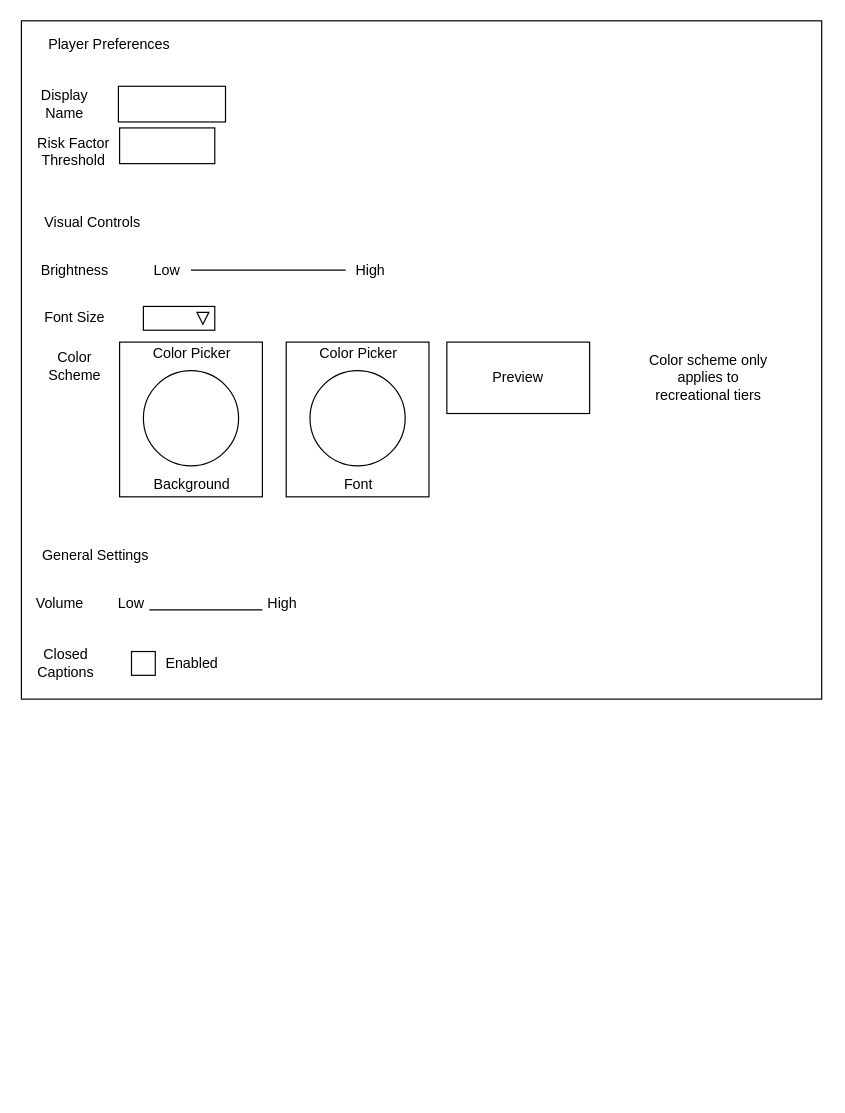
The draw.io diagram Wireframes/project_ilmatar_phase2_wireframe_playerPreferences.drawio in RPG-Research/bcirpg, before the edit. Source tidied: cells renumbered, new cells numbered last; positions are measured from the earlier drawing's top-left corner, leaving out a move shared by most shapes. Both pictures are drawn from the tidied source at 119%, with x=0, y=0 at pixel (21, 20).
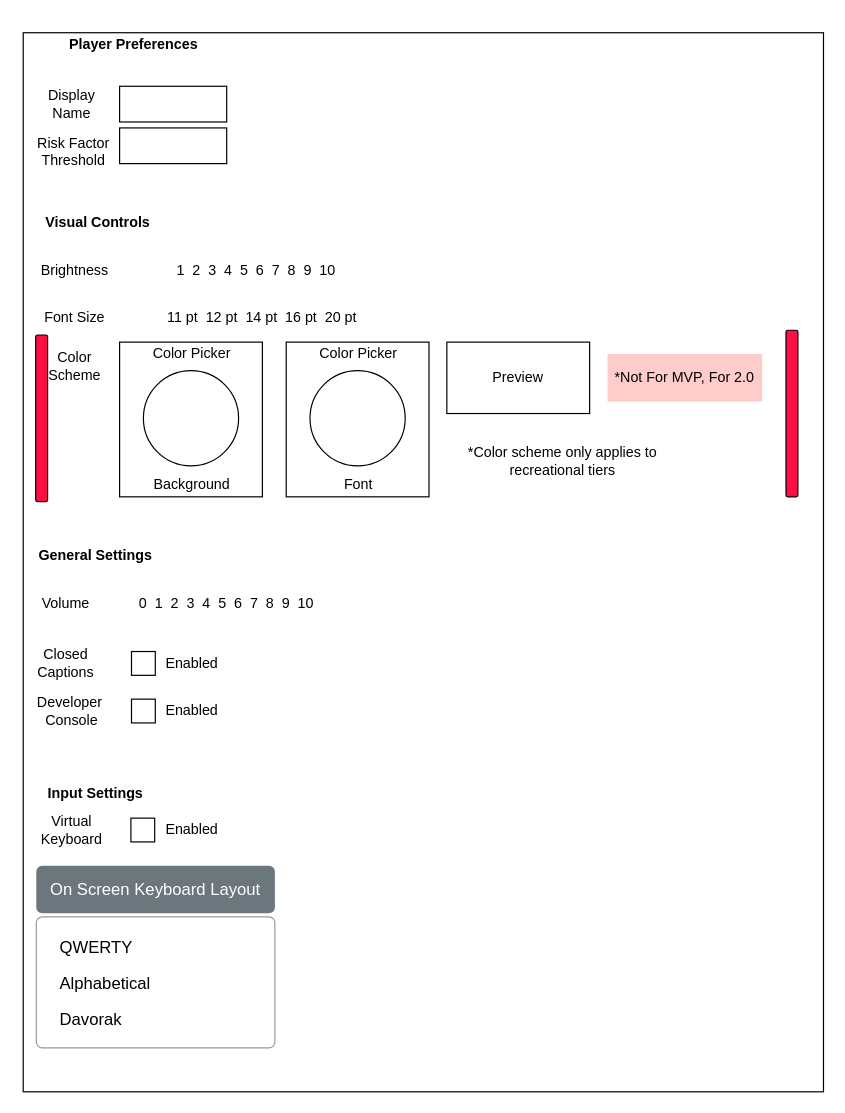
After the change.

Commit message (it also covers changes not shown here):
Forgot to push oops

Change to the diagram source:
```diff
@@
     <mxCell id="2" style="rounded=0;whiteSpace=wrap;html=1;" parent="1" vertex="1">
-      <mxGeometry x="-0.5" width="672.5" height="570" as="geometry" />
+      <mxGeometry x="1" y="10" width="672.5" height="890" as="geometry" />
     </mxCell>
     <mxCell id="3" value="Display Name" style="text;html=1;strokeColor=none;fillColor=none;align=center;verticalAlign=middle;whiteSpace=wrap;rounded=0;" parent="1" vertex="1">
-      <mxGeometry x="1" y="60" width="70" height="20" as="geometry" />
+      <mxGeometry x="7" y="60" width="70" height="20" as="geometry" />
     </mxCell>
     <mxCell id="4" style="rounded=0;whiteSpace=wrap;html=1;" parent="1" vertex="1">
-      <mxGeometry x="81" y="55" width="90" height="30" as="geometry" />
+      <mxGeometry x="82" y="55" width="90" height="30" as="geometry" />
     </mxCell>
@@
     <mxCell id="6" style="rounded=0;whiteSpace=wrap;html=1;" parent="1" vertex="1">
-      <mxGeometry x="82" y="90" width="80" height="30" as="geometry" />
+      <mxGeometry x="82" y="90" width="90" height="30" as="geometry" />
     </mxCell>
-    <mxCell id="7" value="Visual Controls" style="text;html=1;strokeColor=none;fillColor=none;align=center;verticalAlign=middle;whiteSpace=wrap;rounded=0;" parent="1" vertex="1">
-      <mxGeometry x="17" y="160" width="85" height="20" as="geometry" />
+    <mxCell id="7" value="&lt;b&gt;Visual Controls&lt;/b&gt;" style="text;html=1;strokeColor=none;fillColor=none;align=center;verticalAlign=middle;whiteSpace=wrap;rounded=0;" parent="1" vertex="1">
+      <mxGeometry x="6" y="160" width="116" height="20" as="geometry" />
     </mxCell>
@@
-    <mxCell id="11" style="endArrow=none;html=1;" parent="1" edge="1">
-      <mxGeometry relative="1" as="geometry">
-        <mxPoint x="142" y="209.5" as="sourcePoint" />
-        <mxPoint x="272" y="209.5" as="targetPoint" />
-      </mxGeometry>
-    </mxCell>
-    <mxCell id="12" value="High" style="text;html=1;strokeColor=none;fillColor=none;align=center;verticalAlign=middle;whiteSpace=wrap;rounded=0;" parent="1" vertex="1">
-      <mxGeometry x="273" y="200" width="40" height="20" as="geometry" />
-    </mxCell>
-    <mxCell id="13" value="Low" style="text;html=1;strokeColor=none;fillColor=none;align=center;verticalAlign=middle;whiteSpace=wrap;rounded=0;" parent="1" vertex="1">
-      <mxGeometry x="102" y="200" width="40" height="20" as="geometry" />
-    </mxCell>
-    <mxCell id="14" style="rounded=0;whiteSpace=wrap;html=1;" parent="1" vertex="1">
-      <mxGeometry x="102" y="240" width="60" height="20" as="geometry" />
-    </mxCell>
-    <mxCell id="15" style="triangle;whiteSpace=wrap;html=1;rotation=90;" parent="1" vertex="1">
-      <mxGeometry x="147" y="245" width="10" height="10" as="geometry" />
-    </mxCell>
@@
-    <mxCell id="25" value="Color scheme only applies to recreational tiers" style="text;html=1;strokeColor=none;fillColor=none;align=center;verticalAlign=middle;whiteSpace=wrap;rounded=0;" parent="1" vertex="1">
-      <mxGeometry x="522" y="280" width="110" height="40" as="geometry" />
+    <mxCell id="25" value="*Color scheme only applies to recreational tiers" style="text;html=1;strokeColor=none;fillColor=none;align=center;verticalAlign=middle;whiteSpace=wrap;rounded=0;" parent="1" vertex="1">
+      <mxGeometry x="357" y="350" width="195" height="40" as="geometry" />
     </mxCell>
-    <mxCell id="26" value="General Settings" style="text;html=1;strokeColor=none;fillColor=none;align=center;verticalAlign=middle;whiteSpace=wrap;rounded=0;" parent="1" vertex="1">
+    <mxCell id="26" value="General Settings" style="text;html=1;strokeColor=none;fillColor=none;align=center;verticalAlign=middle;whiteSpace=wrap;rounded=0;fontStyle=1;" parent="1" vertex="1">
       <mxGeometry x="12" y="440" width="100" height="20" as="geometry" />
     </mxCell>
     <mxCell id="27" value="Volume" style="text;html=1;strokeColor=none;fillColor=none;align=center;verticalAlign=middle;whiteSpace=wrap;rounded=0;" parent="1" vertex="1">
-      <mxGeometry x="12" y="480" width="40" height="20" as="geometry" />
+      <mxGeometry x="17" y="480" width="40" height="20" as="geometry" />
     </mxCell>
-    <mxCell id="28" style="endArrow=none;html=1;" parent="1" edge="1">
-      <mxGeometry relative="1" as="geometry">
-        <mxPoint x="107" y="495" as="sourcePoint" />
-        <mxPoint x="202" y="495" as="targetPoint" />
-      </mxGeometry>
-    </mxCell>
-    <mxCell id="29" value="Low" style="text;html=1;strokeColor=none;fillColor=none;align=center;verticalAlign=middle;whiteSpace=wrap;rounded=0;" parent="1" vertex="1">
-      <mxGeometry x="72" y="480" width="40" height="20" as="geometry" />
-    </mxCell>
-    <mxCell id="30" value="High" style="text;html=1;strokeColor=none;fillColor=none;align=center;verticalAlign=middle;whiteSpace=wrap;rounded=0;" parent="1" vertex="1">
-      <mxGeometry x="199" y="480" width="40" height="20" as="geometry" />
-    </mxCell>
@@
-    <mxCell id="34" value="Player Preferences" style="text;html=1;strokeColor=none;fillColor=none;align=center;verticalAlign=middle;whiteSpace=wrap;rounded=0;" parent="1" vertex="1">
-      <mxGeometry x="16" y="10" width="115" height="20" as="geometry" />
+    <mxCell id="34" value="Player Preferences" style="text;html=1;strokeColor=none;fillColor=none;align=center;verticalAlign=middle;whiteSpace=wrap;rounded=0;fontStyle=1;" parent="1" vertex="1">
+      <mxGeometry x="16" y="10" width="156" height="20" as="geometry" />
     </mxCell>
+    <mxCell id="35" value="Developer&amp;nbsp;&lt;br&gt;Console" style="text;html=1;strokeColor=none;fillColor=none;align=center;verticalAlign=middle;whiteSpace=wrap;rounded=0;" parent="1" vertex="1">
+      <mxGeometry x="12" y="570" width="60" height="20" as="geometry" />
+    </mxCell>
+    <mxCell id="36" style="rounded=0;whiteSpace=wrap;html=1;" parent="1" vertex="1">
+      <mxGeometry x="92" y="570" width="20" height="20" as="geometry" />
+    </mxCell>
+    <mxCell id="37" value="Enabled" style="text;html=1;strokeColor=none;fillColor=none;align=center;verticalAlign=middle;whiteSpace=wrap;rounded=0;" parent="1" vertex="1">
+      <mxGeometry x="123" y="570" width="40" height="20" as="geometry" />
+    </mxCell>
+    <mxCell id="38" value="Input Settings" style="text;html=1;strokeColor=none;fillColor=none;align=center;verticalAlign=middle;whiteSpace=wrap;rounded=0;fontStyle=1;" parent="1" vertex="1">
+      <mxGeometry x="12" y="640" width="100" height="20" as="geometry" />
+    </mxCell>
+    <mxCell id="39" value="On Screen Keyboard Layout" style="html=1;shadow=0;dashed=0;shape=mxgraph.bootstrap.rrect;rSize=5;strokeColor=none;strokeWidth=1;fillColor=#6C767D;fontColor=#ffffff;whiteSpace=wrap;align=left;verticalAlign=middle;fontStyle=0;fontSize=14;spacingLeft=10;" parent="1" vertex="1">
+      <mxGeometry x="12" y="710" width="200.5" height="40" as="geometry" />
+    </mxCell>
+    <mxCell id="40" style="html=1;shadow=0;dashed=0;shape=mxgraph.bootstrap.rrect;rSize=5;fillColor=#ffffff;strokeColor=#999999;" parent="1" vertex="1">
+      <mxGeometry x="12" y="753" width="200.5" height="110" as="geometry" />
+    </mxCell>
+    <mxCell id="41" value="QWERTY" style="fillColor=none;strokeColor=none;align=left;spacing=20;fontSize=14;" parent="40" vertex="1">
+      <mxGeometry width="170" height="30" relative="1" as="geometry">
+        <mxPoint y="10" as="offset" />
+      </mxGeometry>
+    </mxCell>
+    <mxCell id="42" value="Alphabetical" style="fillColor=none;strokeColor=none;align=left;spacing=20;fontSize=14;" parent="40" vertex="1">
+      <mxGeometry width="170" height="30" relative="1" as="geometry">
+        <mxPoint y="40" as="offset" />
+      </mxGeometry>
+    </mxCell>
+    <mxCell id="43" value="Davorak" style="fillColor=none;strokeColor=none;align=left;spacing=20;fontSize=14;" parent="40" vertex="1">
+      <mxGeometry width="170" height="30" relative="1" as="geometry">
+        <mxPoint y="70" as="offset" />
+      </mxGeometry>
+    </mxCell>
+    <mxCell id="44" value="*Not For MVP, For 2.0" style="text;html=1;strokeColor=none;fillColor=#FFCCCC;align=center;verticalAlign=middle;whiteSpace=wrap;rounded=0;" parent="1" vertex="1">
+      <mxGeometry x="492" y="280" width="130" height="40" as="geometry" />
+    </mxCell>
+    <mxCell id="45" style="rounded=1;whiteSpace=wrap;html=1;shadow=0;strokeColor=#000000;fillColor=#FF0D45;" parent="1" vertex="1">
+      <mxGeometry x="11.5" y="264" width="10" height="140" as="geometry" />
+    </mxCell>
+    <mxCell id="46" style="rounded=1;whiteSpace=wrap;html=1;shadow=0;strokeColor=#000000;fillColor=#FF0D45;" parent="1" vertex="1">
+      <mxGeometry x="642" y="260" width="10" height="140" as="geometry" />
+    </mxCell>
+    <mxCell id="47" value="11 pt&amp;nbsp; 12 pt&amp;nbsp; 14 pt&amp;nbsp; 16 pt&amp;nbsp; 20 pt" style="text;html=1;strokeColor=none;fillColor=none;align=center;verticalAlign=middle;whiteSpace=wrap;rounded=0;shadow=0;" parent="1" vertex="1">
+      <mxGeometry x="112" y="240" width="180" height="20" as="geometry" />
+    </mxCell>
+    <mxCell id="48" value="0&amp;nbsp; 1&amp;nbsp; 2&amp;nbsp; 3&amp;nbsp; 4&amp;nbsp; 5&amp;nbsp; 6&amp;nbsp; 7&amp;nbsp; 8&amp;nbsp; 9&amp;nbsp; 10" style="text;html=1;strokeColor=none;fillColor=none;align=center;verticalAlign=middle;whiteSpace=wrap;rounded=0;shadow=0;" parent="1" vertex="1">
+      <mxGeometry x="92" y="480" width="160" height="20" as="geometry" />
+    </mxCell>
+    <mxCell id="49" value="1&amp;nbsp; 2&amp;nbsp; 3&amp;nbsp; 4&amp;nbsp; 5&amp;nbsp; 6&amp;nbsp; 7&amp;nbsp; 8&amp;nbsp; 9&amp;nbsp; 10" style="text;html=1;strokeColor=none;fillColor=none;align=center;verticalAlign=middle;whiteSpace=wrap;rounded=0;shadow=0;" parent="1" vertex="1">
+      <mxGeometry x="122" y="200" width="150" height="20" as="geometry" />
+    </mxCell>
+    <mxCell id="50" value="Virtual Keyboard" style="text;html=1;strokeColor=none;fillColor=none;align=center;verticalAlign=middle;whiteSpace=wrap;rounded=0;" parent="1" vertex="1">
+      <mxGeometry x="11.5" y="670" width="60" height="20" as="geometry" />
+    </mxCell>
+    <mxCell id="51" style="rounded=0;whiteSpace=wrap;html=1;" parent="1" vertex="1">
+      <mxGeometry x="91.5" y="670" width="20" height="20" as="geometry" />
+    </mxCell>
+    <mxCell id="52" value="Enabled" style="text;html=1;strokeColor=none;fillColor=none;align=center;verticalAlign=middle;whiteSpace=wrap;rounded=0;" parent="1" vertex="1">
+      <mxGeometry x="122.5" y="670" width="40" height="20" as="geometry" />
+    </mxCell>
```
